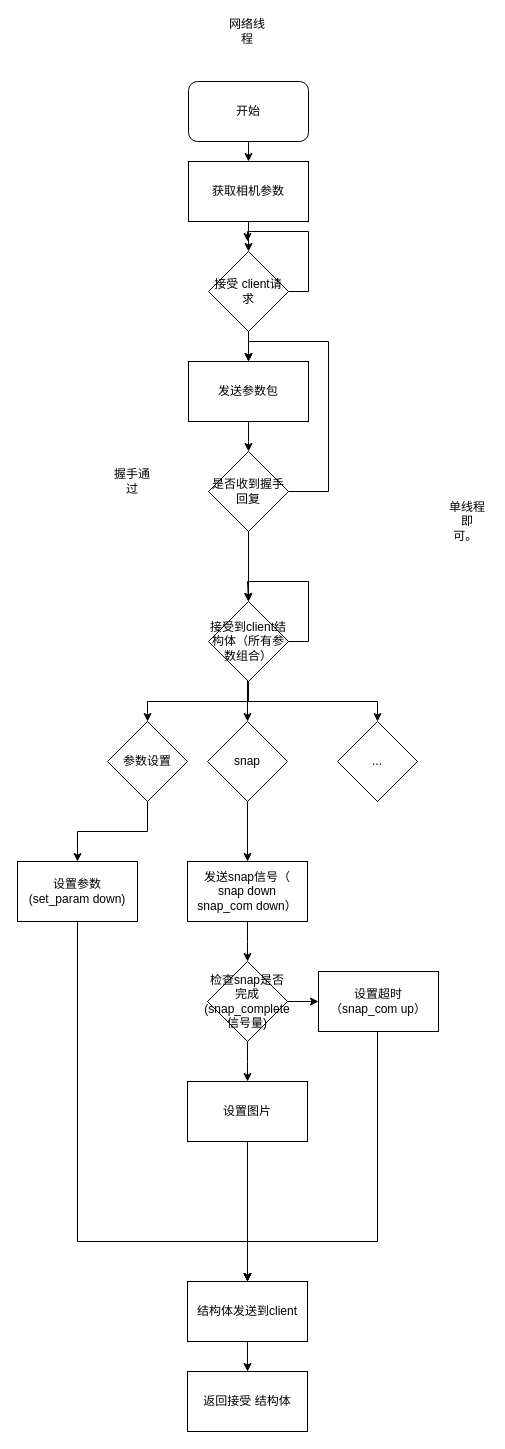
This is cam_server.drawio from eziohzy/FlowChartRepository, a draw.io file, before an edit. Source tidied: cells renumbered, new cells numbered last; positions are measured from the earlier drawing's top-left corner, leaving out a move shared by most shapes. Both pictures are drawn from the tidied source at 100%, with x=0, y=0 at pixel (17, 21).
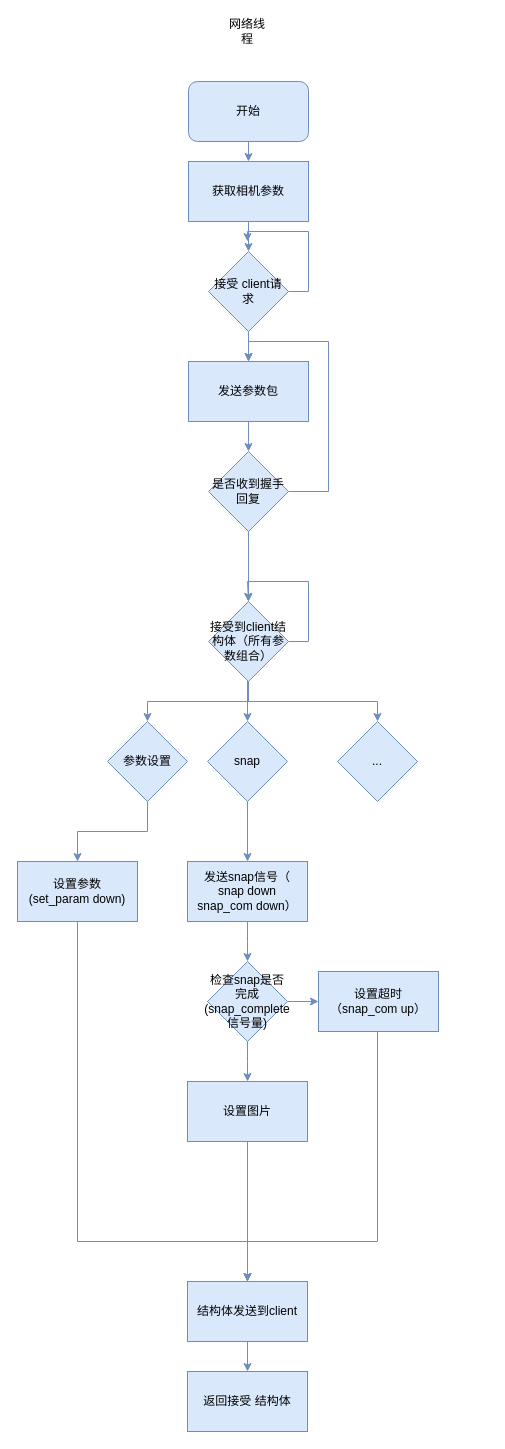
The same page after the edit.

Diff of the diagram source:
```diff
@@
-    <mxCell id="2" style="edgeStyle=orthogonalEdgeStyle;rounded=0;jettySize=auto;html=1;exitX=0.5;exitY=1;exitDx=0;exitDy=0;" parent="1" edge="1" source="3">
+    <mxCell id="2" style="edgeStyle=orthogonalEdgeStyle;rounded=0;jettySize=auto;html=1;exitX=0.5;exitY=1;exitDx=0;exitDy=0;fillColor=#dae8fc;strokeColor=#6c8ebf;" parent="1" edge="1" source="3">
       <mxGeometry relative="1" as="geometry">
         <mxPoint x="231" y="140" as="targetPoint" />
       </mxGeometry>
     </mxCell>
-    <mxCell id="3" value="开始" style="rounded=1;whiteSpace=wrap;html=1;" parent="1" vertex="1">
+    <mxCell id="3" value="开始" style="rounded=1;whiteSpace=wrap;html=1;fillColor=#dae8fc;strokeColor=#6c8ebf;" parent="1" vertex="1">
       <mxGeometry x="171" y="60" width="120" height="60" as="geometry" />
     </mxCell>
-    <mxCell id="4" style="edgeStyle=orthogonalEdgeStyle;rounded=0;jettySize=auto;html=1;exitX=0.5;exitY=1;exitDx=0;exitDy=0;entryX=0.5;entryY=0;entryDx=0;entryDy=0;" parent="1" edge="1" source="8" target="10">
+    <mxCell id="4" style="edgeStyle=orthogonalEdgeStyle;rounded=0;jettySize=auto;html=1;exitX=0.5;exitY=1;exitDx=0;exitDy=0;entryX=0.5;entryY=0;entryDx=0;entryDy=0;fillColor=#dae8fc;strokeColor=#6c8ebf;" parent="1" edge="1" source="8" target="10">
       <mxGeometry relative="1" as="geometry" />
     </mxCell>
-    <mxCell id="5" style="edgeStyle=orthogonalEdgeStyle;rounded=0;jettySize=auto;html=1;" parent="1" edge="1" source="8" target="12">
+    <mxCell id="5" style="edgeStyle=orthogonalEdgeStyle;rounded=0;jettySize=auto;html=1;fillColor=#dae8fc;strokeColor=#6c8ebf;" parent="1" edge="1" source="8" target="12">
       <mxGeometry relative="1" as="geometry" />
     </mxCell>
-    <mxCell id="6" style="edgeStyle=orthogonalEdgeStyle;rounded=0;jettySize=auto;html=1;entryX=0.5;entryY=0;entryDx=0;entryDy=0;" parent="1" edge="1" source="8" target="13">
+    <mxCell id="6" style="edgeStyle=orthogonalEdgeStyle;rounded=0;jettySize=auto;html=1;entryX=0.5;entryY=0;entryDx=0;entryDy=0;fillColor=#dae8fc;strokeColor=#6c8ebf;" parent="1" edge="1" source="8" target="13">
       <mxGeometry relative="1" as="geometry">
         <Array as="points">
           <mxPoint x="230" y="680" />
           <mxPoint x="360" y="680" />
         </Array>
       </mxGeometry>
     </mxCell>
-    <mxCell id="7" style="edgeStyle=orthogonalEdgeStyle;rounded=0;orthogonalLoop=1;jettySize=auto;html=1;exitX=1;exitY=0.5;exitDx=0;exitDy=0;entryX=0.5;entryY=0;entryDx=0;entryDy=0;" parent="1" edge="1" source="8" target="8">
+    <mxCell id="7" style="edgeStyle=orthogonalEdgeStyle;rounded=0;orthogonalLoop=1;jettySize=auto;html=1;exitX=1;exitY=0.5;exitDx=0;exitDy=0;entryX=0.5;entryY=0;entryDx=0;entryDy=0;fillColor=#dae8fc;strokeColor=#6c8ebf;" parent="1" edge="1" source="8" target="8">
       <mxGeometry relative="1" as="geometry">
         <Array as="points">
           <mxPoint x="291" y="620" />
           <mxPoint x="291" y="560" />
           <mxPoint x="230" y="560" />
         </Array>
       </mxGeometry>
     </mxCell>
-    <mxCell id="8" value="接受到client结构体（所有参数组合）" style="rhombus;whiteSpace=wrap;html=1;" parent="1" vertex="1">
+    <mxCell id="8" value="接受到client结构体（所有参数组合）" style="rhombus;whiteSpace=wrap;html=1;fillColor=#dae8fc;strokeColor=#6c8ebf;" parent="1" vertex="1">
       <mxGeometry x="191" y="580" width="80" height="80" as="geometry" />
     </mxCell>
-    <mxCell id="9" style="edgeStyle=orthogonalEdgeStyle;rounded=0;jettySize=auto;html=1;entryX=0.5;entryY=0;entryDx=0;entryDy=0;" parent="1" edge="1" source="10" target="15">
+    <mxCell id="9" style="edgeStyle=orthogonalEdgeStyle;rounded=0;jettySize=auto;html=1;entryX=0.5;entryY=0;entryDx=0;entryDy=0;fillColor=#dae8fc;strokeColor=#6c8ebf;" parent="1" edge="1" source="10" target="15">
       <mxGeometry relative="1" as="geometry" />
     </mxCell>
-    <mxCell id="10" value="参数设置" style="rhombus;whiteSpace=wrap;html=1;" parent="1" vertex="1">
+    <mxCell id="10" value="参数设置" style="rhombus;whiteSpace=wrap;html=1;fillColor=#dae8fc;strokeColor=#6c8ebf;" parent="1" vertex="1">
       <mxGeometry x="90" y="700" width="80" height="80" as="geometry" />
     </mxCell>
-    <mxCell id="11" style="edgeStyle=orthogonalEdgeStyle;rounded=0;jettySize=auto;html=1;entryX=0.5;entryY=0;entryDx=0;entryDy=0;" parent="1" edge="1" source="12" target="17">
+    <mxCell id="11" style="edgeStyle=orthogonalEdgeStyle;rounded=0;jettySize=auto;html=1;entryX=0.5;entryY=0;entryDx=0;entryDy=0;fillColor=#dae8fc;strokeColor=#6c8ebf;" parent="1" edge="1" source="12" target="17">
       <mxGeometry relative="1" as="geometry" />
     </mxCell>
-    <mxCell id="12" value="snap" style="rhombus;whiteSpace=wrap;html=1;" parent="1" vertex="1">
+    <mxCell id="12" value="snap" style="rhombus;whiteSpace=wrap;html=1;fillColor=#dae8fc;strokeColor=#6c8ebf;" parent="1" vertex="1">
       <mxGeometry x="190" y="700" width="80" height="80" as="geometry" />
     </mxCell>
-    <mxCell id="13" value="..." style="rhombus;whiteSpace=wrap;html=1;" parent="1" vertex="1">
+    <mxCell id="13" value="..." style="rhombus;whiteSpace=wrap;html=1;fillColor=#dae8fc;strokeColor=#6c8ebf;" parent="1" vertex="1">
       <mxGeometry x="320" y="700" width="80" height="80" as="geometry" />
     </mxCell>
-    <mxCell id="14" style="edgeStyle=orthogonalEdgeStyle;rounded=0;jettySize=auto;html=1;entryX=0.5;entryY=0;entryDx=0;entryDy=0;" parent="1" edge="1" source="15" target="26">
+    <mxCell id="14" style="edgeStyle=orthogonalEdgeStyle;rounded=0;jettySize=auto;html=1;entryX=0.5;entryY=0;entryDx=0;entryDy=0;fillColor=#dae8fc;strokeColor=#6c8ebf;" parent="1" edge="1" source="15" target="26">
       <mxGeometry relative="1" as="geometry">
         <Array as="points">
           <mxPoint x="60" y="1220" />
           <mxPoint x="230" y="1220" />
         </Array>
       </mxGeometry>
     </mxCell>
-    <mxCell id="15" value="设置参数&lt;br&gt;(set_param down)" style="rounded=0;whiteSpace=wrap;html=1;" parent="1" vertex="1">
+    <mxCell id="15" value="设置参数&lt;br&gt;(set_param down)" style="rounded=0;whiteSpace=wrap;html=1;fillColor=#dae8fc;strokeColor=#6c8ebf;" parent="1" vertex="1">
       <mxGeometry y="840" width="120" height="60" as="geometry" />
     </mxCell>
-    <mxCell id="16" style="edgeStyle=orthogonalEdgeStyle;rounded=0;jettySize=auto;html=1;exitX=0.5;exitY=1;exitDx=0;exitDy=0;" parent="1" edge="1" source="17">
+    <mxCell id="16" style="edgeStyle=orthogonalEdgeStyle;rounded=0;jettySize=auto;html=1;exitX=0.5;exitY=1;exitDx=0;exitDy=0;fillColor=#dae8fc;strokeColor=#6c8ebf;" parent="1" edge="1" source="17">
       <mxGeometry relative="1" as="geometry">
         <mxPoint x="230" y="940" as="targetPoint" />
       </mxGeometry>
     </mxCell>
-    <mxCell id="17" value="发送snap信号（&lt;br&gt;snap down&lt;br&gt;snap_com down）" style="rounded=0;whiteSpace=wrap;html=1;" parent="1" vertex="1">
+    <mxCell id="17" value="发送snap信号（&lt;br&gt;snap down&lt;br&gt;snap_com down）" style="rounded=0;whiteSpace=wrap;html=1;fillColor=#dae8fc;strokeColor=#6c8ebf;" parent="1" vertex="1">
       <mxGeometry x="170" y="840" width="120" height="60" as="geometry" />
     </mxCell>
-    <mxCell id="18" style="edgeStyle=orthogonalEdgeStyle;rounded=0;jettySize=auto;html=1;" parent="1" edge="1" source="20">
+    <mxCell id="18" style="edgeStyle=orthogonalEdgeStyle;rounded=0;jettySize=auto;html=1;fillColor=#dae8fc;strokeColor=#6c8ebf;" parent="1" edge="1" source="20">
       <mxGeometry relative="1" as="geometry">
         <mxPoint x="230" y="1060" as="targetPoint" />
       </mxGeometry>
     </mxCell>
-    <mxCell id="19" style="edgeStyle=orthogonalEdgeStyle;rounded=0;jettySize=auto;html=1;exitX=1;exitY=0.5;exitDx=0;exitDy=0;entryX=0;entryY=0.5;entryDx=0;entryDy=0;" parent="1" edge="1" source="20" target="24">
+    <mxCell id="19" style="edgeStyle=orthogonalEdgeStyle;rounded=0;jettySize=auto;html=1;exitX=1;exitY=0.5;exitDx=0;exitDy=0;entryX=0;entryY=0.5;entryDx=0;entryDy=0;fillColor=#dae8fc;strokeColor=#6c8ebf;" parent="1" edge="1" source="20" target="24">
       <mxGeometry relative="1" as="geometry" />
     </mxCell>
-    <mxCell id="20" value="检查snap是否完成(snap_complete信号量)" style="rhombus;whiteSpace=wrap;html=1;" parent="1" vertex="1">
+    <mxCell id="20" value="检查snap是否完成(snap_complete信号量)" style="rhombus;whiteSpace=wrap;html=1;fillColor=#dae8fc;strokeColor=#6c8ebf;" parent="1" vertex="1">
       <mxGeometry x="190" y="940" width="80" height="80" as="geometry" />
     </mxCell>
-    <mxCell id="21" style="edgeStyle=orthogonalEdgeStyle;rounded=0;jettySize=auto;html=1;exitX=0.5;exitY=1;exitDx=0;exitDy=0;entryX=0.5;entryY=0;entryDx=0;entryDy=0;" parent="1" edge="1" source="22" target="26">
+    <mxCell id="21" style="edgeStyle=orthogonalEdgeStyle;rounded=0;jettySize=auto;html=1;exitX=0.5;exitY=1;exitDx=0;exitDy=0;entryX=0.5;entryY=0;entryDx=0;entryDy=0;fillColor=#dae8fc;strokeColor=#6c8ebf;" parent="1" edge="1" source="22" target="26">
       <mxGeometry relative="1" as="geometry" />
     </mxCell>
-    <mxCell id="22" value="设置图片" style="rounded=0;whiteSpace=wrap;html=1;" parent="1" vertex="1">
+    <mxCell id="22" value="设置图片" style="rounded=0;whiteSpace=wrap;html=1;fillColor=#dae8fc;strokeColor=#6c8ebf;" parent="1" vertex="1">
       <mxGeometry x="170" y="1060" width="120" height="60" as="geometry" />
     </mxCell>
-    <mxCell id="23" style="edgeStyle=orthogonalEdgeStyle;rounded=0;jettySize=auto;html=1;exitX=0.5;exitY=1;exitDx=0;exitDy=0;" parent="1" edge="1" source="24">
+    <mxCell id="23" style="edgeStyle=orthogonalEdgeStyle;rounded=0;jettySize=auto;html=1;exitX=0.5;exitY=1;exitDx=0;exitDy=0;fillColor=#dae8fc;strokeColor=#6c8ebf;" parent="1" edge="1" source="24">
       <mxGeometry relative="1" as="geometry">
         <mxPoint x="230" y="1260" as="targetPoint" />
         <Array as="points">
           <mxPoint x="360" y="1220" />
           <mxPoint x="230" y="1220" />
         </Array>
       </mxGeometry>
     </mxCell>
-    <mxCell id="24" value="设置超时&lt;br&gt;（snap_com up）" style="rounded=0;whiteSpace=wrap;html=1;" parent="1" vertex="1">
+    <mxCell id="24" value="设置超时&lt;br&gt;（snap_com up）" style="rounded=0;whiteSpace=wrap;html=1;fillColor=#dae8fc;strokeColor=#6c8ebf;" parent="1" vertex="1">
       <mxGeometry x="301" y="950" width="120" height="60" as="geometry" />
     </mxCell>
-    <mxCell id="25" style="edgeStyle=orthogonalEdgeStyle;rounded=0;jettySize=auto;html=1;exitX=0.5;exitY=1;exitDx=0;exitDy=0;" parent="1" edge="1" source="26">
+    <mxCell id="25" style="edgeStyle=orthogonalEdgeStyle;rounded=0;jettySize=auto;html=1;exitX=0.5;exitY=1;exitDx=0;exitDy=0;fillColor=#dae8fc;strokeColor=#6c8ebf;" parent="1" edge="1" source="26">
       <mxGeometry relative="1" as="geometry">
         <mxPoint x="230" y="1350" as="targetPoint" />
       </mxGeometry>
     </mxCell>
-    <mxCell id="26" value="结构体发送到client" style="rounded=0;whiteSpace=wrap;html=1;" parent="1" vertex="1">
+    <mxCell id="26" value="结构体发送到client" style="rounded=0;whiteSpace=wrap;html=1;fillColor=#dae8fc;strokeColor=#6c8ebf;" parent="1" vertex="1">
       <mxGeometry x="170" y="1260" width="120" height="60" as="geometry" />
     </mxCell>
@@
-    <mxCell id="28" value="返回接受 结构体" style="rounded=0;whiteSpace=wrap;html=1;" parent="1" vertex="1">
+    <mxCell id="28" value="返回接受 结构体" style="rounded=0;whiteSpace=wrap;html=1;fillColor=#dae8fc;strokeColor=#6c8ebf;" parent="1" vertex="1">
       <mxGeometry x="170" y="1350" width="120" height="60" as="geometry" />
     </mxCell>
-    <mxCell id="29" value="单线程即可。&amp;nbsp;" style="text;html=1;strokeColor=none;fillColor=none;align=center;verticalAlign=middle;whiteSpace=wrap;rounded=0;" parent="1" vertex="1">
-      <mxGeometry x="430" y="490" width="40" height="20" as="geometry" />
-    </mxCell>
-    <mxCell id="30" style="edgeStyle=orthogonalEdgeStyle;rounded=0;jettySize=auto;html=1;exitX=0.5;exitY=1;exitDx=0;exitDy=0;" parent="1" edge="1" source="31">
+    <mxCell id="30" style="edgeStyle=orthogonalEdgeStyle;rounded=0;jettySize=auto;html=1;exitX=0.5;exitY=1;exitDx=0;exitDy=0;fillColor=#dae8fc;strokeColor=#6c8ebf;" parent="1" edge="1" source="31">
       <mxGeometry relative="1" as="geometry">
         <mxPoint x="231" y="230" as="targetPoint" />
       </mxGeometry>
     </mxCell>
-    <mxCell id="31" value="获取相机参数" style="rounded=0;whiteSpace=wrap;html=1;" parent="1" vertex="1">
+    <mxCell id="31" value="获取相机参数" style="rounded=0;whiteSpace=wrap;html=1;fillColor=#dae8fc;strokeColor=#6c8ebf;" parent="1" vertex="1">
       <mxGeometry x="171" y="140" width="120" height="60" as="geometry" />
     </mxCell>
-    <mxCell id="32" style="edgeStyle=orthogonalEdgeStyle;rounded=0;jettySize=auto;html=1;exitX=1;exitY=0.5;exitDx=0;exitDy=0;" parent="1" edge="1" source="34">
+    <mxCell id="32" style="edgeStyle=orthogonalEdgeStyle;rounded=0;jettySize=auto;html=1;exitX=1;exitY=0.5;exitDx=0;exitDy=0;fillColor=#dae8fc;strokeColor=#6c8ebf;" parent="1" edge="1" source="34">
       <mxGeometry relative="1" as="geometry">
         <mxPoint x="230" y="220" as="targetPoint" />
         <Array as="points">
           <mxPoint x="291" y="270" />
           <mxPoint x="291" y="210" />
           <mxPoint x="230" y="210" />
         </Array>
       </mxGeometry>
     </mxCell>
-    <mxCell id="33" style="edgeStyle=orthogonalEdgeStyle;rounded=0;jettySize=auto;html=1;" parent="1" edge="1" source="34">
+    <mxCell id="33" style="edgeStyle=orthogonalEdgeStyle;rounded=0;jettySize=auto;html=1;fillColor=#dae8fc;strokeColor=#6c8ebf;" parent="1" edge="1" source="34">
       <mxGeometry relative="1" as="geometry">
         <mxPoint x="231" y="340" as="targetPoint" />
       </mxGeometry>
     </mxCell>
-    <mxCell id="34" value="接受 client请求" style="rhombus;whiteSpace=wrap;html=1;" parent="1" vertex="1">
+    <mxCell id="34" value="接受 client请求" style="rhombus;whiteSpace=wrap;html=1;fillColor=#dae8fc;strokeColor=#6c8ebf;" parent="1" vertex="1">
       <mxGeometry x="191" y="230" width="80" height="80" as="geometry" />
     </mxCell>
-    <mxCell id="35" style="edgeStyle=orthogonalEdgeStyle;rounded=0;jettySize=auto;html=1;" parent="1" edge="1" source="36">
+    <mxCell id="35" style="edgeStyle=orthogonalEdgeStyle;rounded=0;jettySize=auto;html=1;fillColor=#dae8fc;strokeColor=#6c8ebf;" parent="1" edge="1" source="36">
       <mxGeometry relative="1" as="geometry">
         <mxPoint x="231" y="430" as="targetPoint" />
       </mxGeometry>
     </mxCell>
-    <mxCell id="36" value="发送参数包" style="rounded=0;whiteSpace=wrap;html=1;" parent="1" vertex="1">
+    <mxCell id="36" value="发送参数包" style="rounded=0;whiteSpace=wrap;html=1;fillColor=#dae8fc;strokeColor=#6c8ebf;" parent="1" vertex="1">
       <mxGeometry x="171" y="340" width="120" height="60" as="geometry" />
     </mxCell>
-    <mxCell id="37" style="edgeStyle=orthogonalEdgeStyle;rounded=0;jettySize=auto;html=1;exitX=0.5;exitY=1;exitDx=0;exitDy=0;entryX=0.5;entryY=0;entryDx=0;entryDy=0;" parent="1" edge="1" source="39" target="8">
+    <mxCell id="37" style="edgeStyle=orthogonalEdgeStyle;rounded=0;jettySize=auto;html=1;exitX=0.5;exitY=1;exitDx=0;exitDy=0;entryX=0.5;entryY=0;entryDx=0;entryDy=0;fillColor=#dae8fc;strokeColor=#6c8ebf;" parent="1" edge="1" source="39" target="8">
       <mxGeometry relative="1" as="geometry" />
     </mxCell>
-    <mxCell id="38" style="edgeStyle=orthogonalEdgeStyle;rounded=0;jettySize=auto;html=1;entryX=0.5;entryY=0;entryDx=0;entryDy=0;" parent="1" edge="1" source="39" target="36">
+    <mxCell id="38" style="edgeStyle=orthogonalEdgeStyle;rounded=0;jettySize=auto;html=1;entryX=0.5;entryY=0;entryDx=0;entryDy=0;fillColor=#dae8fc;strokeColor=#6c8ebf;" parent="1" edge="1" source="39" target="36">
       <mxGeometry relative="1" as="geometry">
         <Array as="points">
           <mxPoint x="311" y="470" />
           <mxPoint x="311" y="320" />
           <mxPoint x="231" y="320" />
         </Array>
       </mxGeometry>
     </mxCell>
-    <mxCell id="39" value="是否收到握手回复" style="rhombus;whiteSpace=wrap;html=1;" parent="1" vertex="1">
+    <mxCell id="39" value="是否收到握手回复" style="rhombus;whiteSpace=wrap;html=1;fillColor=#dae8fc;strokeColor=#6c8ebf;" parent="1" vertex="1">
       <mxGeometry x="191" y="430" width="80" height="80" as="geometry" />
     </mxCell>
-    <mxCell id="40" value="握手通过" style="text;html=1;strokeColor=none;fillColor=none;align=center;verticalAlign=middle;whiteSpace=wrap;rounded=0;" parent="1" vertex="1">
-      <mxGeometry x="94.5" y="450" width="40" height="20" as="geometry" />
-    </mxCell>
```
